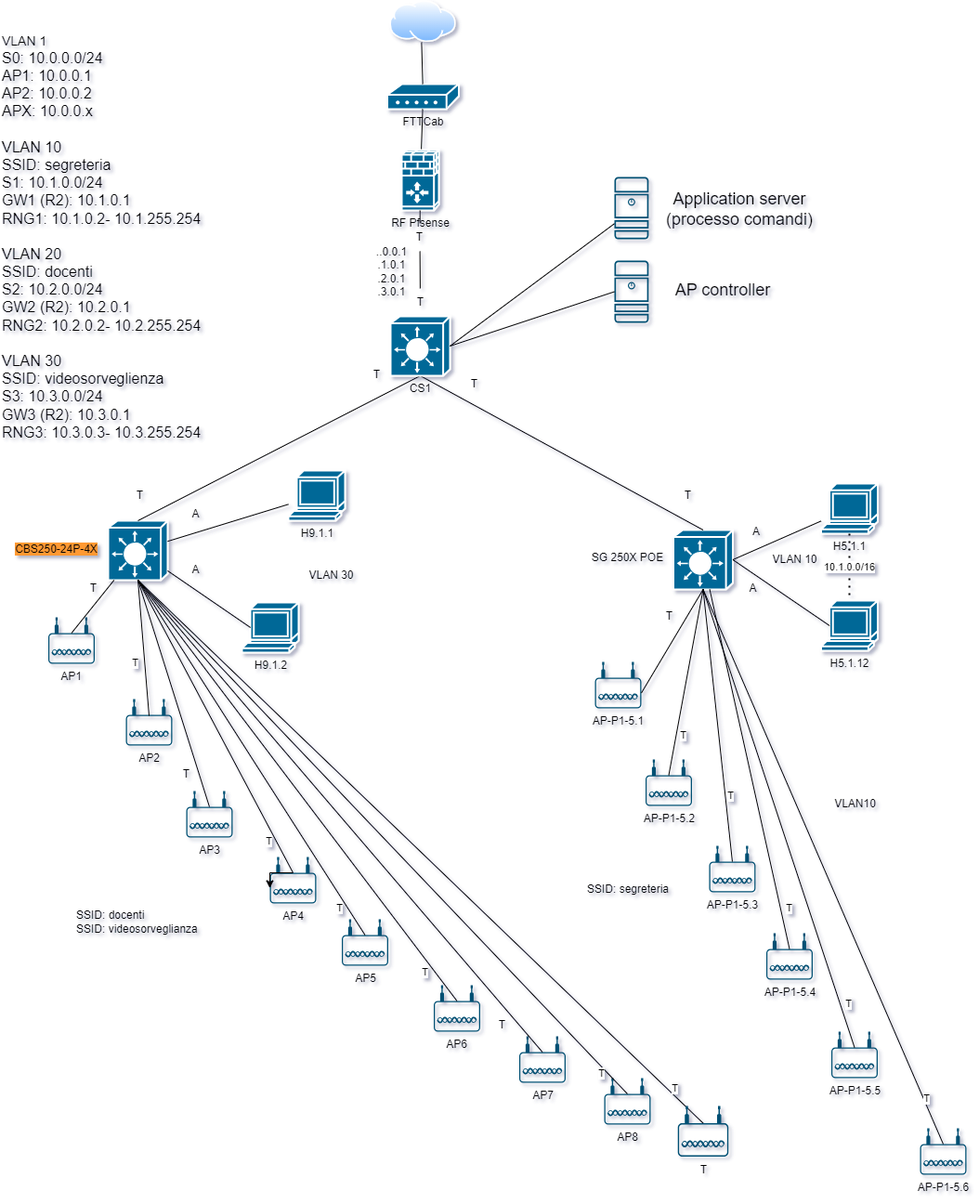
The draw.io diagram img/ap.drawiovlan.drawio.png in sebastianomelita/ArduinoBareMetal, before a commit. Source tidied: cells renumbered, new cells last; positions are measured from the earlier drawing's top-left corner, leaving out a move shared by most shapes.
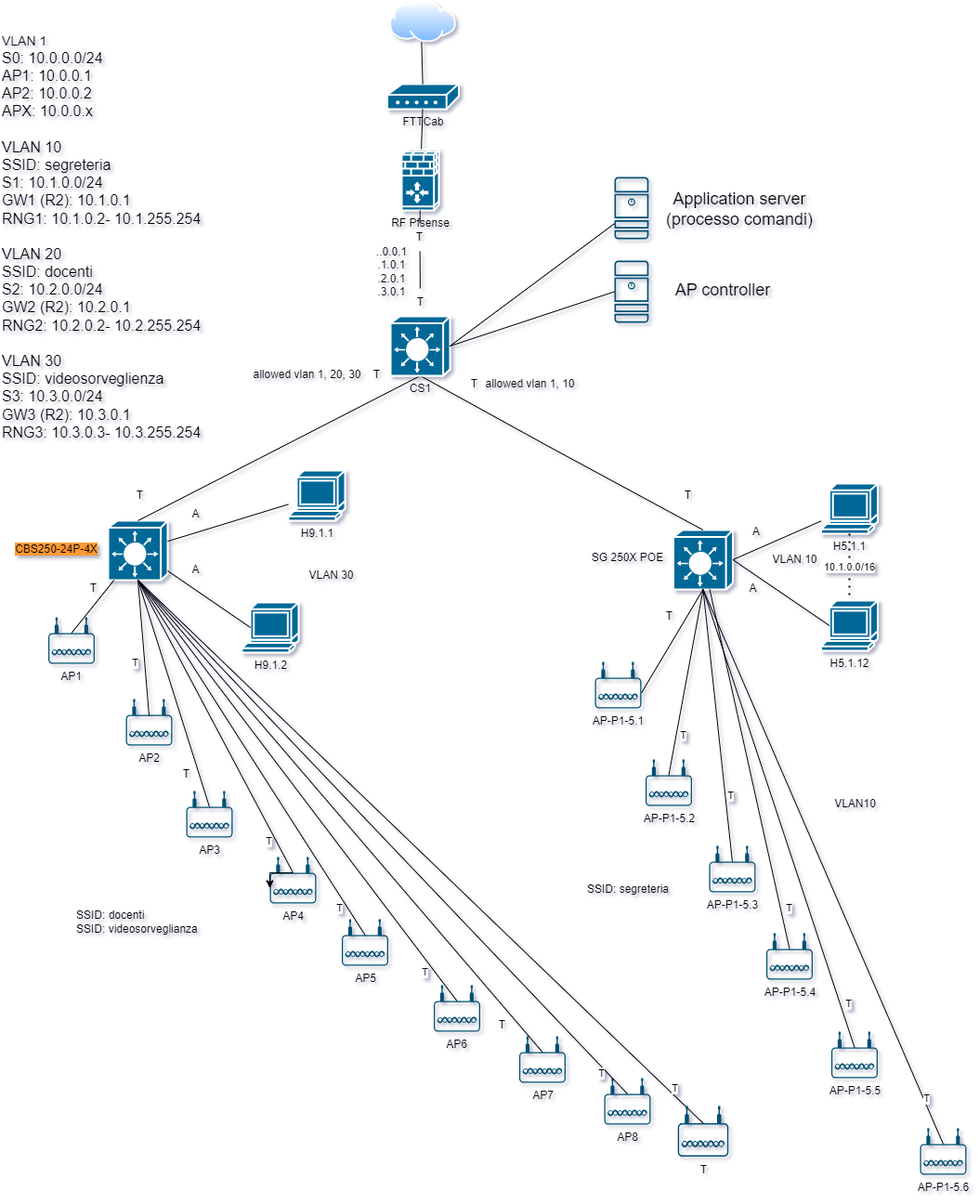
After the change.

The edit, as a diff of the source:
```diff
@@ -6,7 +6,11 @@
       <mxGeometry x="724.5" y="570" width="64" height="64" as="geometry" />
     </mxCell>
     <mxCell id="3" style="endArrow=none;html=1;rounded=0;entryX=0.5;entryY=0;entryDx=0;entryDy=0;entryPerimeter=0;exitX=0.5;exitY=1;exitDx=0;exitDy=0;exitPerimeter=0;" parent="1" edge="1" source="67" target="2">
-      <mxGeometry relative="1" as="geometry" />
+      <mxGeometry relative="1" as="geometry">
+        <Array as="points">
+          <mxPoint x="590" y="480" />
+        </Array>
+      </mxGeometry>
     </mxCell>
     <mxCell id="4" style="shape=mxgraph.cisco.switches.layer_3_switch;sketch=0;html=1;dashed=0;fillColor=#036897;strokeColor=#ffffff;strokeWidth=2;verticalLabelPosition=bottom;verticalAlign=top;align=center;outlineConnect=0;" parent="1" vertex="1">
       <mxGeometry x="116" y="560" width="64" height="64" as="geometry" />
@@ -297,5 +301,11 @@
     <mxCell id="96" value="&lt;div&gt;&lt;font style=&quot;font-size: 14px;&quot;&gt;VLAN 1&lt;/font&gt;&lt;/div&gt;&lt;div&gt;&lt;font size=&quot;3&quot;&gt;S0: 10.0.0.0/24&lt;/font&gt;&lt;/div&gt;&lt;div&gt;&lt;font size=&quot;3&quot;&gt;AP1: 10.0.0.1&lt;/font&gt;&lt;/div&gt;&lt;div&gt;&lt;font size=&quot;3&quot;&gt;AP2: 10.0.0.2&lt;/font&gt;&lt;/div&gt;&lt;div&gt;&lt;font size=&quot;3&quot;&gt;APX: 10.0.0.x&lt;/font&gt;&lt;/div&gt;&lt;div&gt;&lt;font size=&quot;3&quot;&gt;&lt;br&gt;&lt;/font&gt;&lt;/div&gt;&lt;div&gt;&lt;font size=&quot;3&quot;&gt;VLAN 10&lt;/font&gt;&lt;/div&gt;&lt;div&gt;&lt;font size=&quot;3&quot;&gt;SSID: segreteria&lt;/font&gt;&lt;/div&gt;&lt;div&gt;&lt;font size=&quot;3&quot;&gt;S1: 10.1.0.0/24&lt;/font&gt;&lt;/div&gt;&lt;div&gt;&lt;font size=&quot;3&quot;&gt;GW1 (R2): 10.1.0.1&lt;/font&gt;&lt;/div&gt;&lt;div&gt;&lt;font size=&quot;3&quot;&gt;RNG1: 10.1.0.2- 10.1.255.254&lt;/font&gt;&lt;/div&gt;&lt;div&gt;&lt;font size=&quot;3&quot;&gt;&lt;br&gt;&lt;/font&gt;&lt;/div&gt;&lt;div&gt;&lt;font size=&quot;3&quot;&gt;VLAN 20&lt;/font&gt;&lt;/div&gt;&lt;div&gt;&lt;font size=&quot;3&quot;&gt;SSID: docenti&lt;/font&gt;&lt;/div&gt;&lt;div&gt;&lt;font size=&quot;3&quot;&gt;S2: 10.2.0.0/24&lt;/font&gt;&lt;/div&gt;&lt;div&gt;&lt;font size=&quot;3&quot;&gt;GW2 (R2): 10.2.0.1&lt;/font&gt;&lt;/div&gt;&lt;div&gt;&lt;font size=&quot;3&quot;&gt;RNG2: 10.2.0.2- 10.2.255.254&lt;/font&gt;&lt;/div&gt;&lt;div&gt;&lt;font size=&quot;3&quot;&gt;&lt;br&gt;&lt;/font&gt;&lt;/div&gt;&lt;div&gt;&lt;font size=&quot;3&quot;&gt;VLAN 30&lt;/font&gt;&lt;/div&gt;&lt;div&gt;&lt;font size=&quot;3&quot;&gt;SSID: videosorveglienza&lt;/font&gt;&lt;/div&gt;&lt;div&gt;&lt;font size=&quot;3&quot;&gt;S3: 10.3.0.0/24&lt;/font&gt;&lt;/div&gt;&lt;div&gt;&lt;font size=&quot;3&quot;&gt;GW3 (R2): 10.3.0.1&lt;/font&gt;&lt;/div&gt;&lt;div&gt;&lt;font size=&quot;3&quot;&gt;RNG3: 10.3.0.3- 10.3.255.254&lt;/font&gt;&lt;/div&gt;" style="text;html=1;align=left;verticalAlign=middle;strokeColor=none;fillColor=none;" parent="1" vertex="1">
       <mxGeometry y="30" width="240" height="450" as="geometry" />
     </mxCell>
+    <mxCell id="97" value="allowed vlan 1, 10" style="text;html=1;align=center;verticalAlign=middle;strokeColor=none;fillColor=none;" parent="1" vertex="1">
+      <mxGeometry x="509.5" y="398" width="120" height="30" as="geometry" />
+    </mxCell>
+    <mxCell id="98" value="allowed vlan 1, 20, 30" style="text;html=1;align=center;verticalAlign=middle;strokeColor=none;fillColor=none;" parent="1" vertex="1">
+      <mxGeometry x="260" y="388" width="140" height="30" as="geometry" />
+    </mxCell>
   </root>
 </mxGraphModel>
```
